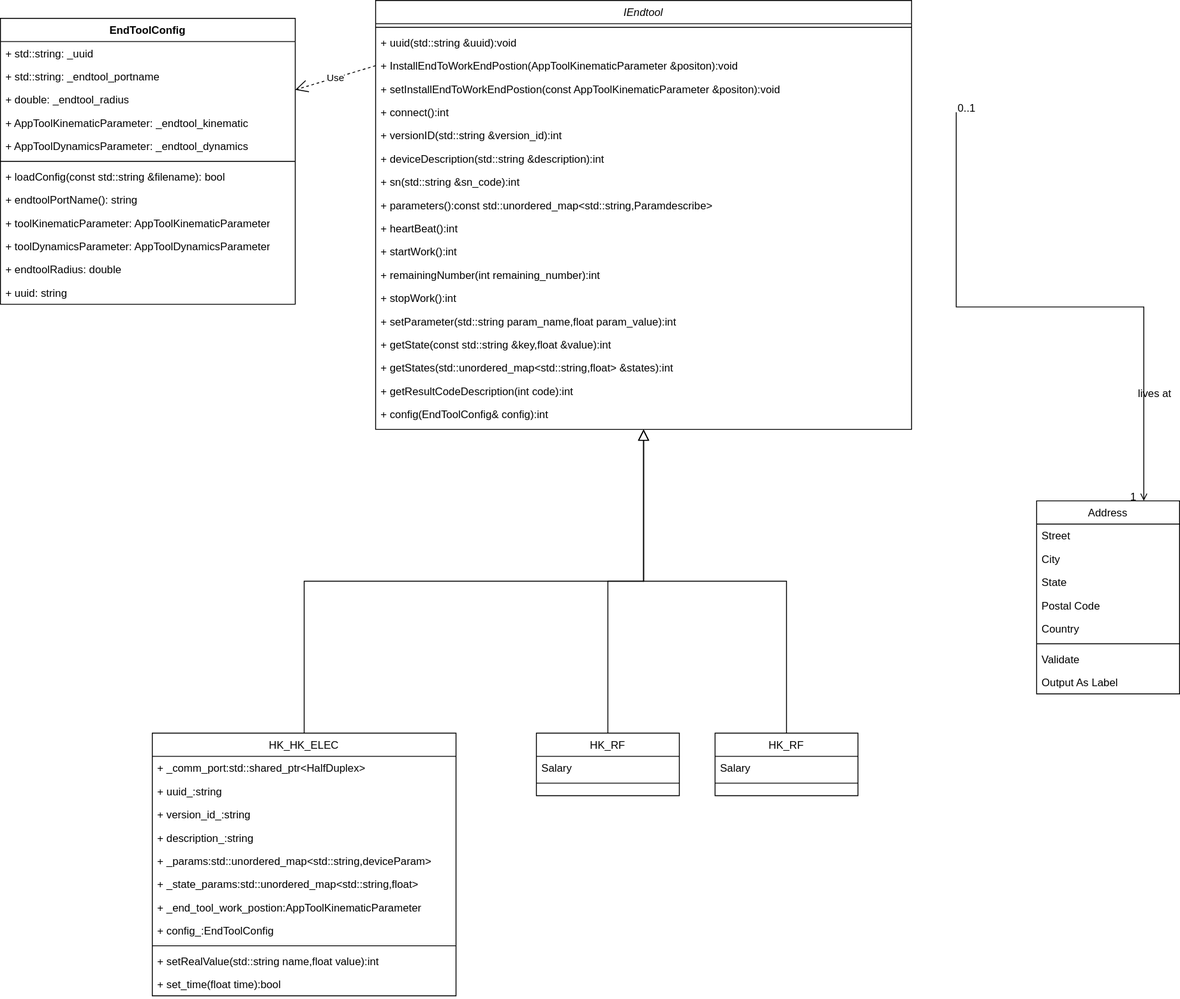
Above: 理疗/理疗末端rpc服务.svg in Durpe/Drawio (draw.io), before the change. Source tidied: cells renumbered, new cells last; positions are measured from the earlier drawing's top-left corner, leaving out a move shared by most shapes.
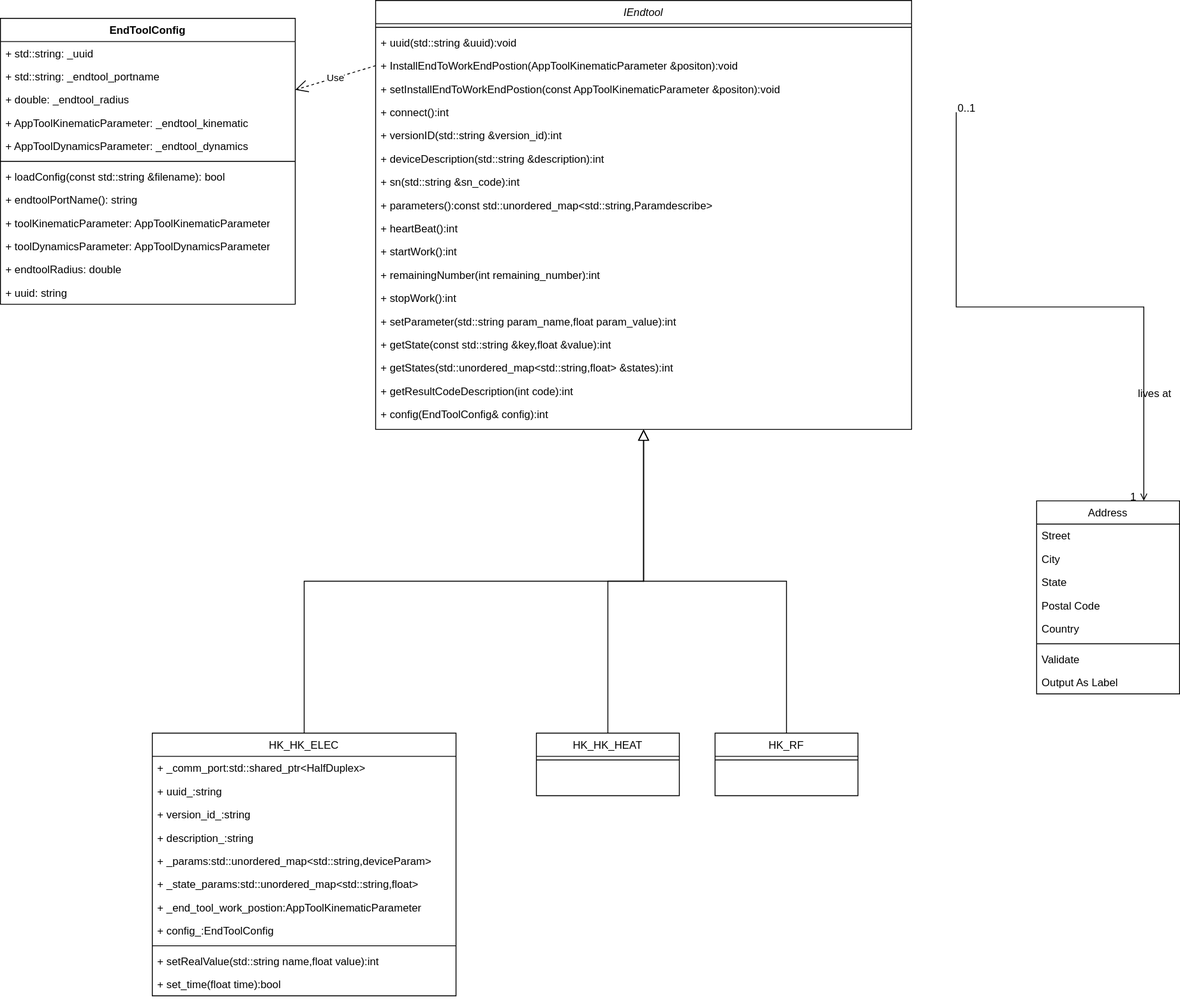
The same diagram one commit later.

Commit message:
更新理疗末端rpc服务.svg

What changed in the source:
```diff
@@ -98,14 +98,11 @@
     <mxCell id="33" style="endArrow=block;endSize=10;endFill=0;shadow=0;strokeWidth=1;rounded=0;edgeStyle=elbowEdgeStyle;elbow=vertical;" parent="1" edge="1" source="21" target="2">
       <mxGeometry relative="1" as="geometry" />
     </mxCell>
-    <mxCell id="34" value="HK_RF" style="swimlane;fontStyle=0;align=center;verticalAlign=top;horizontal=1;startSize=26;rounded=0;shadow=0;strokeWidth=1;" parent="1" vertex="1">
+    <mxCell id="34" value="HK_HK_HEAT" style="swimlane;fontStyle=0;align=center;verticalAlign=top;horizontal=1;startSize=26;rounded=0;shadow=0;strokeWidth=1;" parent="1" vertex="1">
       <mxGeometry x="600" y="820" width="160" height="70" as="geometry" />
     </mxCell>
-    <mxCell id="35" value="Salary" style="text;align=left;verticalAlign=top;spacingLeft=4;spacingRight=4;overflow=hidden;" parent="34" vertex="1">
-      <mxGeometry y="26" width="160" height="26" as="geometry" />
-    </mxCell>
     <mxCell id="36" style="line;html=1;strokeWidth=1;align=left;verticalAlign=middle;spacingTop=-1;spacingLeft=3;spacingRight=3;labelPosition=right;" parent="34" vertex="1">
-      <mxGeometry y="52" width="160" height="8" as="geometry" />
+      <mxGeometry y="26" width="160" height="8" as="geometry" />
     </mxCell>
     <mxCell id="37" style="endArrow=block;endSize=10;endFill=0;shadow=0;strokeWidth=1;rounded=0;edgeStyle=elbowEdgeStyle;elbow=vertical;exitX=0.5;exitY=0;exitDx=0;exitDy=0;entryX=0.5;entryY=1;entryDx=0;entryDy=0;" parent="1" edge="1" source="34" target="2">
       <mxGeometry relative="1" as="geometry">
@@ -166,11 +163,8 @@
     <mxCell id="51" value="HK_RF" style="swimlane;fontStyle=0;align=center;verticalAlign=top;horizontal=1;startSize=26;rounded=0;shadow=0;strokeWidth=1;" parent="1" vertex="1">
       <mxGeometry x="800" y="820" width="160" height="70" as="geometry" />
     </mxCell>
-    <mxCell id="52" value="Salary" style="text;align=left;verticalAlign=top;spacingLeft=4;spacingRight=4;overflow=hidden;" parent="51" vertex="1">
-      <mxGeometry y="26" width="160" height="26" as="geometry" />
-    </mxCell>
     <mxCell id="53" style="line;html=1;strokeWidth=1;align=left;verticalAlign=middle;spacingTop=-1;spacingLeft=3;spacingRight=3;labelPosition=right;" parent="51" vertex="1">
-      <mxGeometry y="52" width="160" height="8" as="geometry" />
+      <mxGeometry y="26" width="160" height="8" as="geometry" />
     </mxCell>
     <mxCell id="54" style="endArrow=block;endSize=10;endFill=0;shadow=0;strokeWidth=1;rounded=0;edgeStyle=elbowEdgeStyle;elbow=vertical;entryX=0.5;entryY=1;entryDx=0;entryDy=0;exitX=0.5;exitY=0;exitDx=0;exitDy=0;" parent="1" edge="1" source="51" target="2">
       <mxGeometry relative="1" as="geometry" />
```
